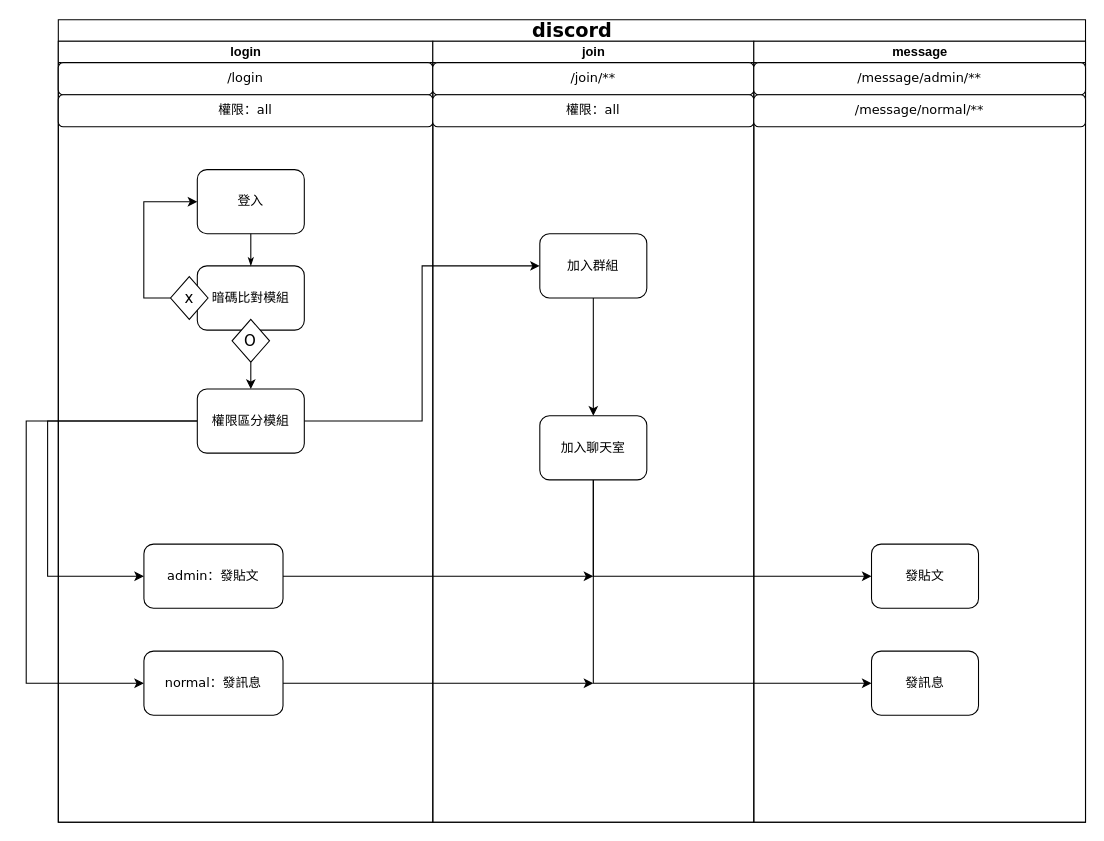
Vinskao/discord keeps this draw.io diagram as uml.drawio. Above is the earlier version. Source tidied: cells renumbered, new cells numbered last; positions are measured from the earlier drawing's top-left corner, leaving out a move shared by most shapes. Both pictures are drawn from the tidied source at 107%, with x=0, y=0 at pixel (26, 19).
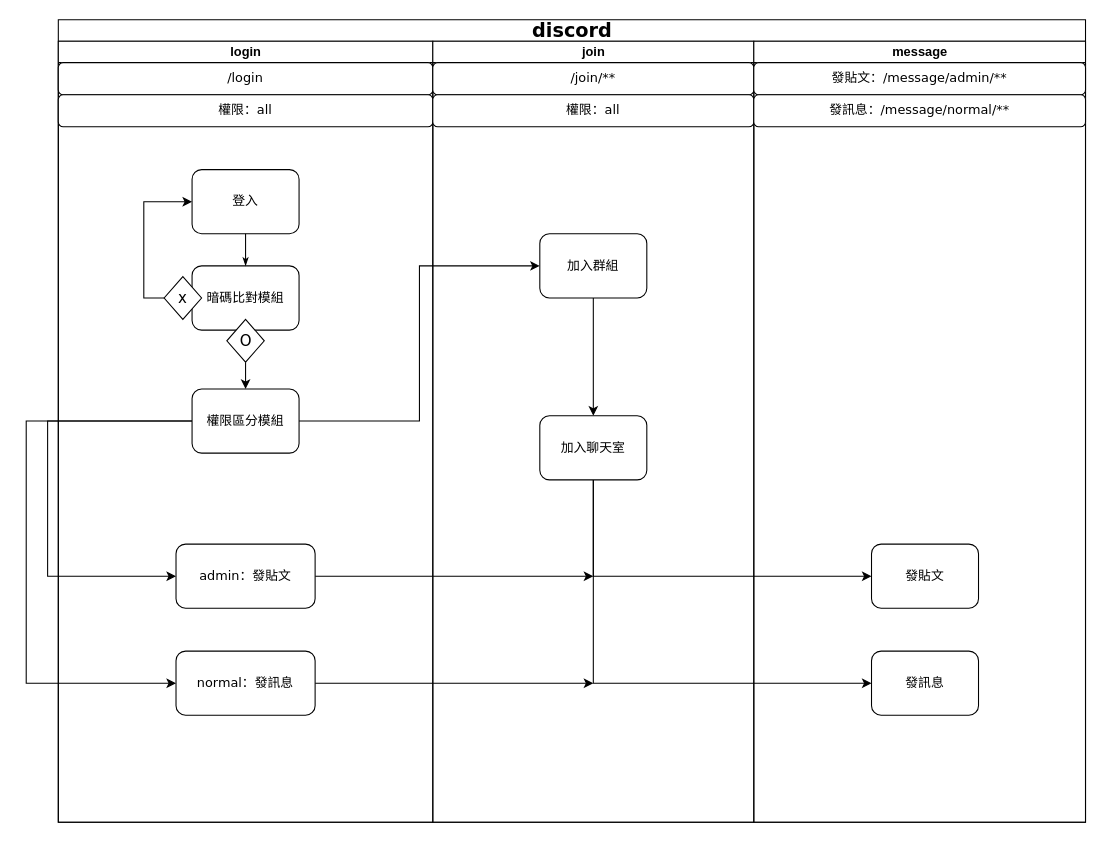
The same diagram, later.

Unchanged cells that the change refers to:
```xml
<mxCell id="3" value="login" style="swimlane;html=1;startSize=20;" parent="2" vertex="1">
  <mxGeometry y="20" width="350" height="730" as="geometry" />
</mxCell>
<mxCell id="31" value="message" style="swimlane;html=1;startSize=20;" parent="2" vertex="1">
  <mxGeometry x="650" y="20" width="310" height="730" as="geometry" />
</mxCell>
```

The edit, as a diff of the source:
```diff
@@
     <mxCell id="4" value="&lt;font style=&quot;font-size: 12px;&quot;&gt;登入&lt;/font&gt;" style="rounded=1;whiteSpace=wrap;html=1;shadow=0;labelBackgroundColor=none;strokeWidth=1;fontFamily=Verdana;fontSize=8;align=center;" parent="3" vertex="1">
-      <mxGeometry x="129.9" y="120" width="100" height="60" as="geometry" />
+      <mxGeometry x="125" y="120" width="100" height="60" as="geometry" />
     </mxCell>
     <mxCell id="5" value="&lt;span style=&quot;font-size: 12px;&quot;&gt;暗碼比對模組&lt;/span&gt;" style="rounded=1;whiteSpace=wrap;html=1;shadow=0;labelBackgroundColor=none;strokeWidth=1;fontFamily=Verdana;fontSize=8;align=center;" parent="3" vertex="1">
-      <mxGeometry x="129.9" y="210" width="100" height="60" as="geometry" />
+      <mxGeometry x="125" y="210" width="100" height="60" as="geometry" />
     </mxCell>
@@
     <mxCell id="7" value="&lt;span style=&quot;font-size: 12px;&quot;&gt;admin：發貼文&lt;/span&gt;" style="rounded=1;whiteSpace=wrap;html=1;shadow=0;labelBackgroundColor=none;strokeWidth=1;fontFamily=Verdana;fontSize=8;align=center;" parent="3" vertex="1">
-      <mxGeometry x="80" y="470" width="130" height="60" as="geometry" />
+      <mxGeometry x="110" y="470" width="130" height="60" as="geometry" />
     </mxCell>
@@
     <mxCell id="11" value="&lt;font style=&quot;font-size: 14px;&quot;&gt;x&lt;/font&gt;" style="rhombus;whiteSpace=wrap;html=1;rounded=0;shadow=0;labelBackgroundColor=none;strokeWidth=1;fontFamily=Verdana;fontSize=8;align=center;" parent="3" vertex="1">
-      <mxGeometry x="104.9" y="220" width="35" height="40" as="geometry" />
+      <mxGeometry x="98.9" y="220" width="35" height="40" as="geometry" />
     </mxCell>
@@
     <mxCell id="13" value="&lt;font style=&quot;font-size: 14px;&quot;&gt;O&lt;/font&gt;" style="rhombus;whiteSpace=wrap;html=1;rounded=0;shadow=0;labelBackgroundColor=none;strokeWidth=1;fontFamily=Verdana;fontSize=8;align=center;" parent="3" vertex="1">
-      <mxGeometry x="162.4" y="260" width="35" height="40" as="geometry" />
+      <mxGeometry x="157.5" y="260" width="35" height="40" as="geometry" />
     </mxCell>
@@
     <mxCell id="16" value="&lt;span style=&quot;font-size: 12px;&quot;&gt;權限區分模組&lt;/span&gt;" style="rounded=1;whiteSpace=wrap;html=1;shadow=0;labelBackgroundColor=none;strokeWidth=1;fontFamily=Verdana;fontSize=8;align=center;" parent="3" vertex="1">
-      <mxGeometry x="129.9" y="325" width="100" height="60" as="geometry" />
+      <mxGeometry x="125" y="325" width="100" height="60" as="geometry" />
     </mxCell>
@@
     <mxCell id="18" value="&lt;span style=&quot;font-size: 12px;&quot;&gt;normal：發訊息&lt;/span&gt;" style="rounded=1;whiteSpace=wrap;html=1;shadow=0;labelBackgroundColor=none;strokeWidth=1;fontFamily=Verdana;fontSize=8;align=center;" parent="3" vertex="1">
-      <mxGeometry x="80" y="570" width="130" height="60" as="geometry" />
+      <mxGeometry x="110" y="570" width="130" height="60" as="geometry" />
     </mxCell>
@@
-    <mxCell id="32" value="&lt;font style=&quot;font-size: 12px;&quot;&gt;/message/admin/**&lt;/font&gt;" style="rounded=1;whiteSpace=wrap;html=1;shadow=0;labelBackgroundColor=none;strokeWidth=1;fontFamily=Verdana;fontSize=8;align=center;" parent="31" vertex="1">
+    <mxCell id="32" value="&lt;font style=&quot;font-size: 12px;&quot;&gt;發貼文：/message/admin/**&lt;/font&gt;" style="rounded=1;whiteSpace=wrap;html=1;shadow=0;labelBackgroundColor=none;strokeWidth=1;fontFamily=Verdana;fontSize=8;align=center;" parent="31" vertex="1">
       <mxGeometry y="20" width="310" height="30" as="geometry" />
     </mxCell>
@@
-    <mxCell id="35" value="&lt;font style=&quot;font-size: 12px;&quot;&gt;/message/normal/**&lt;/font&gt;" style="rounded=1;whiteSpace=wrap;html=1;shadow=0;labelBackgroundColor=none;strokeWidth=1;fontFamily=Verdana;fontSize=8;align=center;" parent="31" vertex="1">
+    <mxCell id="35" value="&lt;font style=&quot;font-size: 12px;&quot;&gt;發訊息：/message/normal/**&lt;/font&gt;" style="rounded=1;whiteSpace=wrap;html=1;shadow=0;labelBackgroundColor=none;strokeWidth=1;fontFamily=Verdana;fontSize=8;align=center;" parent="31" vertex="1">
       <mxGeometry y="50" width="310" height="30" as="geometry" />
     </mxCell>
```
